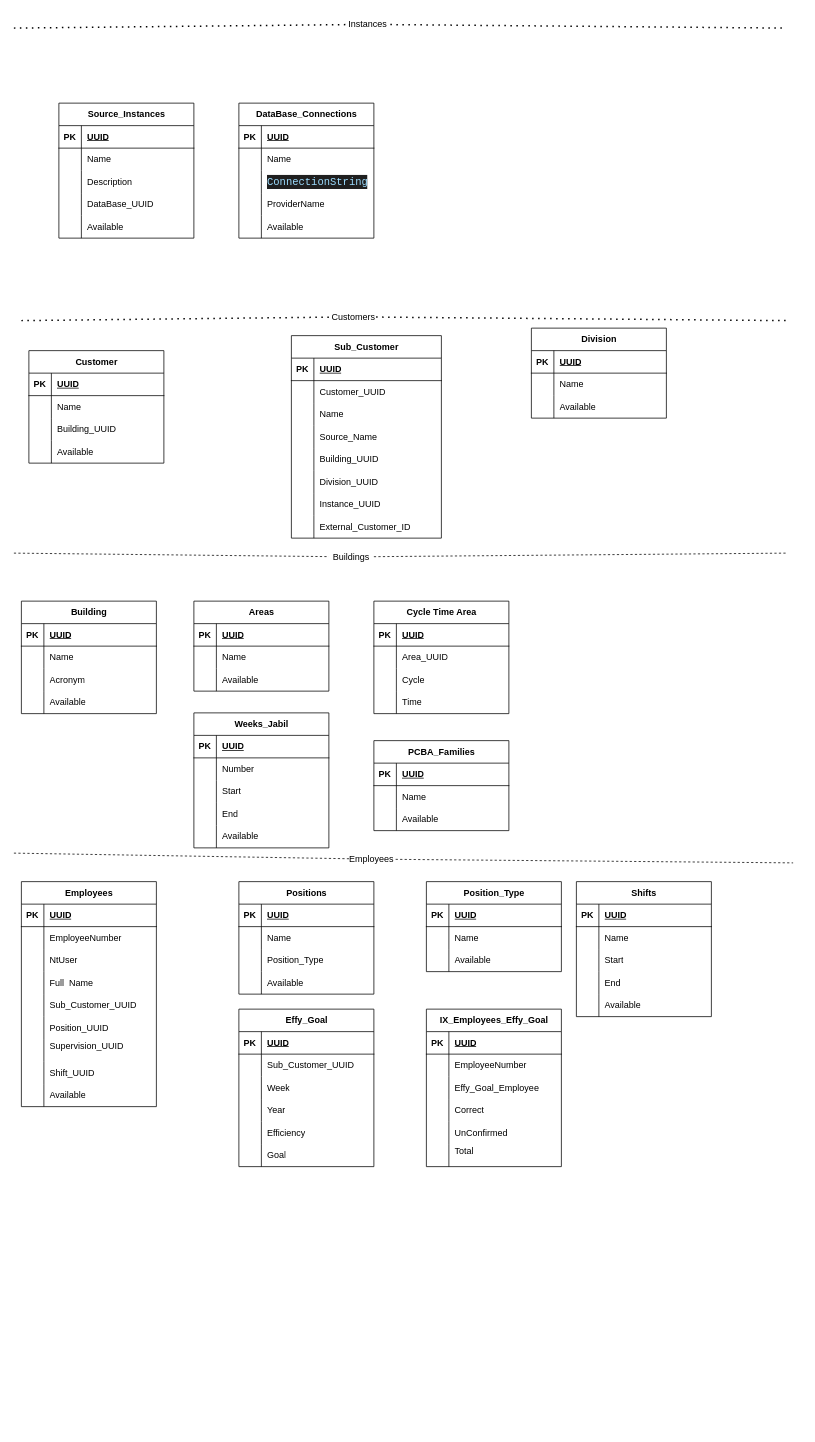
Earlier version of the draw.io diagram page "Modelos" (1 of 6) of Untitled Diagram.drawio (byok22/backend). Source tidied: cells renumbered, new cells numbered last; positions are measured from the earlier drawing's top-left corner, leaving out a move shared by most shapes. Both pictures are drawn from the tidied source at 75%, with x=0, y=0 at pixel (14, 13).
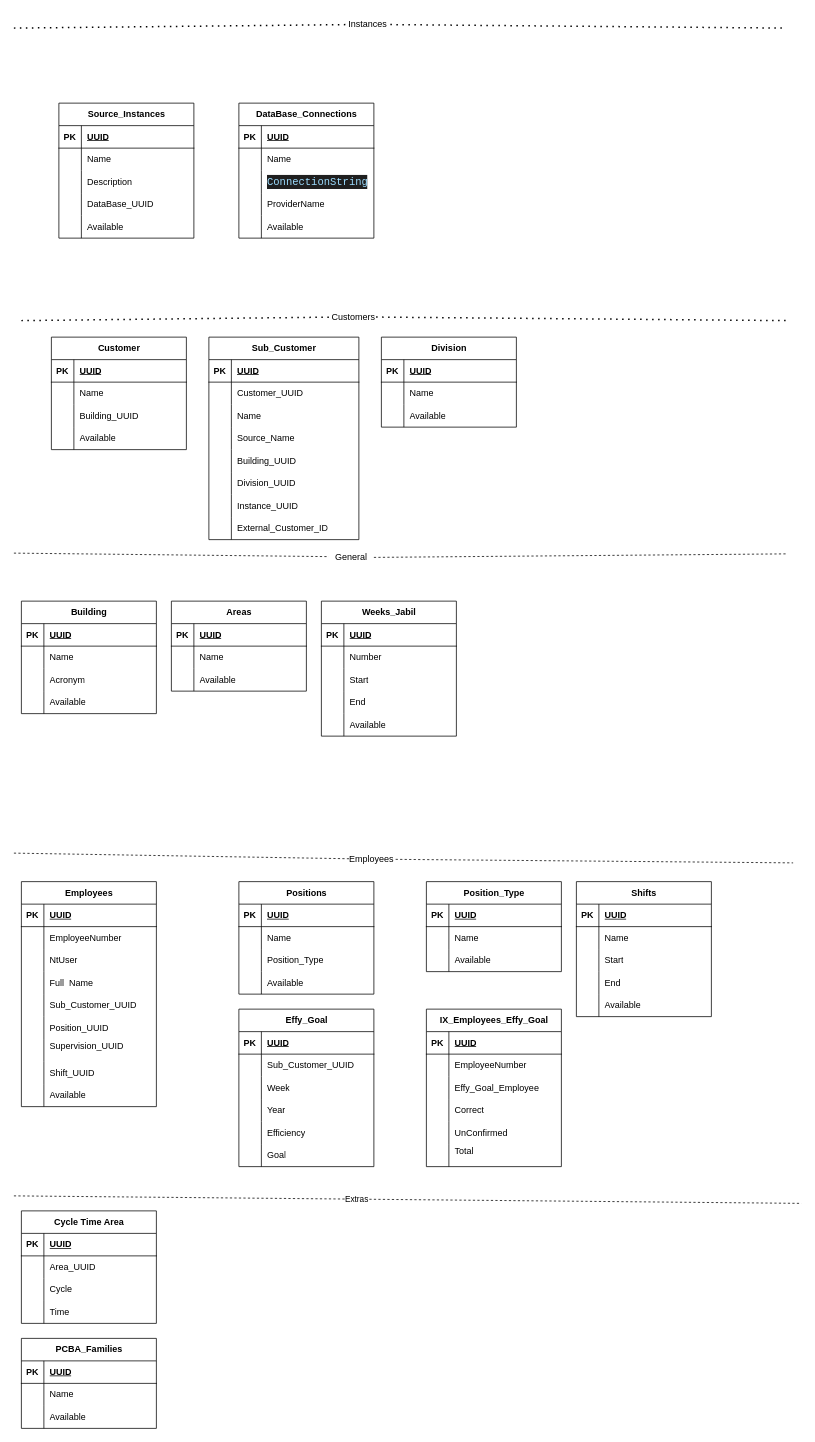
The same diagram, later.

Diff of the diagram source:
```diff
@@
     <mxCell id="2" value="Customer" style="shape=table;startSize=30;childLayout=tableLayout;rowLines=0;fontStyle=1;align=center;html=1;" parent="1" vertex="1">
-      <mxGeometry x="20" y="450" width="180" height="150" as="geometry" />
+      <mxGeometry x="50" y="432" width="180" height="150" as="geometry" />
     </mxCell>
@@
     <mxCell id="15" value="Sub_Customer" style="shape=table;startSize=30;childLayout=tableLayout;rowLines=0;fontStyle=1;align=center;html=1;" parent="1" vertex="1">
-      <mxGeometry x="370" y="430" width="200" height="270" as="geometry" />
+      <mxGeometry x="260" y="432" width="200" height="270" as="geometry" />
     </mxCell>
@@
     <mxCell id="69" value="&lt;div&gt;Division&lt;/div&gt;" style="shape=table;startSize=30;childLayout=tableLayout;rowLines=0;fontStyle=1;align=center;html=1;" parent="1" vertex="1">
-      <mxGeometry x="690" y="420" width="180" height="120" as="geometry" />
+      <mxGeometry x="490" y="432" width="180" height="120" as="geometry" />
     </mxCell>
@@
     <mxCell id="79" value="Weeks_Jabil" style="shape=table;startSize=30;childLayout=tableLayout;rowLines=0;fontStyle=1;align=center;html=1;" parent="1" vertex="1">
-      <mxGeometry x="240" y="933" width="180" height="180" as="geometry" />
+      <mxGeometry x="410" y="784" width="180" height="180" as="geometry" />
     </mxCell>
@@
-    <mxCell id="147" style="html=1;labelBackgroundColor=#ffffff;endArrow=none;endFill=0;jettySize=auto;strokeWidth=1;dashed=1;fontSize=14;rounded=0;" parent="1" edge="1" source="220">
+    <mxCell id="147" style="html=1;labelBackgroundColor=#ffffff;endArrow=none;endFill=0;jettySize=auto;orthogonalLoop=1;strokeWidth=1;dashed=1;fontSize=14;rounded=0;" parent="1" edge="1">
       <mxGeometry relative="1" as="geometry">
-        <mxPoint x="1030" y="720" as="targetPoint" />
+        <mxPoint x="480" y="725.7" as="sourcePoint" />
+        <mxPoint x="1030" y="721" as="targetPoint" />
       </mxGeometry>
     </mxCell>
@@
     <mxCell id="186" value="Areas" style="shape=table;startSize=30;childLayout=tableLayout;rowLines=0;fontStyle=1;align=center;html=1;" parent="1" vertex="1">
-      <mxGeometry x="240" y="784" width="180" height="120" as="geometry" />
+      <mxGeometry x="210" y="784" width="180" height="120" as="geometry" />
     </mxCell>
@@
-    <mxCell id="196" value="Cycle Time Area" style="shape=table;startSize=30;childLayout=tableLayout;rowLines=0;fontStyle=1;align=center;html=1;" parent="1" vertex="1">
-      <mxGeometry x="480" y="784" width="180" height="150" as="geometry" />
-    </mxCell>
-    <mxCell id="197" style="shape=tableRow;horizontal=0;startSize=0;swimlaneHead=0;swimlaneBody=0;fillColor=none;top=0;left=0;right=0;bottom=1;" parent="196" vertex="1">
-      <mxGeometry y="30" width="180" height="30" as="geometry" />
-    </mxCell>
-    <mxCell id="198" value="PK" style="shape=partialRectangle;fillColor=none;top=0;left=0;bottom=0;right=0;fontStyle=1;overflow=hidden;whiteSpace=wrap;html=1;" parent="197" vertex="1">
-      <mxGeometry width="30" height="30" as="geometry" />
-    </mxCell>
-    <mxCell id="199" value="UUID" style="shape=partialRectangle;fillColor=none;top=0;left=0;bottom=0;right=0;align=left;spacingLeft=6;fontStyle=5;overflow=hidden;whiteSpace=wrap;html=1;" parent="197" vertex="1">
-      <mxGeometry x="30" width="150" height="30" as="geometry" />
-    </mxCell>
-    <mxCell id="200" style="shape=tableRow;horizontal=0;startSize=0;swimlaneHead=0;swimlaneBody=0;fillColor=none;top=0;left=0;right=0;bottom=0;" parent="196" vertex="1">
-      <mxGeometry y="60" width="180" height="30" as="geometry" />
-    </mxCell>
-    <mxCell id="201" style="shape=partialRectangle;fillColor=none;top=0;left=0;bottom=0;right=0;overflow=hidden;whiteSpace=wrap;html=1;" parent="200" vertex="1">
-      <mxGeometry width="30" height="30" as="geometry" />
-    </mxCell>
-    <mxCell id="202" value="Area_UUID" style="shape=partialRectangle;fillColor=none;top=0;left=0;bottom=0;right=0;align=left;spacingLeft=6;overflow=hidden;whiteSpace=wrap;html=1;" parent="200" vertex="1">
-      <mxGeometry x="30" width="150" height="30" as="geometry" />
-    </mxCell>
-    <mxCell id="203" style="shape=tableRow;horizontal=0;startSize=0;swimlaneHead=0;swimlaneBody=0;fillColor=none;top=0;left=0;right=0;bottom=0;" parent="196" vertex="1">
-      <mxGeometry y="90" width="180" height="30" as="geometry" />
-    </mxCell>
-    <mxCell id="204" style="shape=partialRectangle;fillColor=none;top=0;left=0;bottom=0;right=0;overflow=hidden;whiteSpace=wrap;html=1;" parent="203" vertex="1">
-      <mxGeometry width="30" height="30" as="geometry" />
-    </mxCell>
-    <mxCell id="205" value="Cycle" style="shape=partialRectangle;fillColor=none;top=0;left=0;bottom=0;right=0;align=left;spacingLeft=6;overflow=hidden;whiteSpace=wrap;html=1;" parent="203" vertex="1">
-      <mxGeometry x="30" width="150" height="30" as="geometry" />
-    </mxCell>
-    <mxCell id="206" style="shape=tableRow;horizontal=0;startSize=0;swimlaneHead=0;swimlaneBody=0;fillColor=none;top=0;left=0;right=0;bottom=0;" parent="196" vertex="1">
-      <mxGeometry y="120" width="180" height="30" as="geometry" />
-    </mxCell>
-    <mxCell id="207" style="shape=partialRectangle;fillColor=none;top=0;left=0;bottom=0;right=0;overflow=hidden;whiteSpace=wrap;html=1;" parent="206" vertex="1">
-      <mxGeometry width="30" height="30" as="geometry" />
-    </mxCell>
-    <mxCell id="208" value="Time" style="shape=partialRectangle;fillColor=none;top=0;left=0;bottom=0;right=0;align=left;spacingLeft=6;overflow=hidden;whiteSpace=wrap;html=1;" parent="206" vertex="1">
-      <mxGeometry x="30" width="150" height="30" as="geometry" />
-    </mxCell>
-    <mxCell id="209" value="PCBA_Families" style="shape=table;startSize=30;childLayout=tableLayout;rowLines=0;fontStyle=1;align=center;html=1;" parent="1" vertex="1">
-      <mxGeometry x="480" y="970" width="180" height="120" as="geometry" />
-    </mxCell>
-    <mxCell id="210" style="shape=tableRow;horizontal=0;startSize=0;swimlaneHead=0;swimlaneBody=0;fillColor=none;top=0;left=0;right=0;bottom=1;" parent="209" vertex="1">
-      <mxGeometry y="30" width="180" height="30" as="geometry" />
-    </mxCell>
-    <mxCell id="211" value="PK" style="shape=partialRectangle;fillColor=none;top=0;left=0;bottom=0;right=0;fontStyle=1;overflow=hidden;whiteSpace=wrap;html=1;" parent="210" vertex="1">
-      <mxGeometry width="30" height="30" as="geometry" />
-    </mxCell>
-    <mxCell id="212" value="UUID" style="shape=partialRectangle;fillColor=none;top=0;left=0;bottom=0;right=0;align=left;spacingLeft=6;fontStyle=5;overflow=hidden;whiteSpace=wrap;html=1;" parent="210" vertex="1">
-      <mxGeometry x="30" width="150" height="30" as="geometry" />
-    </mxCell>
-    <mxCell id="213" style="shape=tableRow;horizontal=0;startSize=0;swimlaneHead=0;swimlaneBody=0;fillColor=none;top=0;left=0;right=0;bottom=0;" parent="209" vertex="1">
-      <mxGeometry y="60" width="180" height="30" as="geometry" />
-    </mxCell>
-    <mxCell id="214" style="shape=partialRectangle;fillColor=none;top=0;left=0;bottom=0;right=0;overflow=hidden;whiteSpace=wrap;html=1;" parent="213" vertex="1">
-      <mxGeometry width="30" height="30" as="geometry" />
-    </mxCell>
-    <mxCell id="215" value="Name" style="shape=partialRectangle;fillColor=none;top=0;left=0;bottom=0;right=0;align=left;spacingLeft=6;overflow=hidden;whiteSpace=wrap;html=1;" parent="213" vertex="1">
-      <mxGeometry x="30" width="150" height="30" as="geometry" />
-    </mxCell>
-    <mxCell id="216" style="shape=tableRow;horizontal=0;startSize=0;swimlaneHead=0;swimlaneBody=0;fillColor=none;top=0;left=0;right=0;bottom=0;" parent="209" vertex="1">
-      <mxGeometry y="90" width="180" height="30" as="geometry" />
-    </mxCell>
-    <mxCell id="217" style="shape=partialRectangle;fillColor=none;top=0;left=0;bottom=0;right=0;overflow=hidden;whiteSpace=wrap;html=1;" parent="216" vertex="1">
-      <mxGeometry width="30" height="30" as="geometry" />
-    </mxCell>
-    <mxCell id="218" value="Available" style="shape=partialRectangle;fillColor=none;top=0;left=0;bottom=0;right=0;align=left;spacingLeft=6;overflow=hidden;whiteSpace=wrap;html=1;" parent="216" vertex="1">
-      <mxGeometry x="30" width="150" height="30" as="geometry" />
-    </mxCell>
@@
-    <mxCell id="220" value="Buildings" style="text;html=1;align=center;verticalAlign=middle;whiteSpace=wrap;rounded=0;" parent="1" vertex="1">
+    <mxCell id="220" value="General" style="text;html=1;align=center;verticalAlign=middle;whiteSpace=wrap;rounded=0;" parent="1" vertex="1">
       <mxGeometry x="420" y="710" width="60" height="30" as="geometry" />
     </mxCell>
@@
+    <mxCell id="261" style="endArrow=none;dashed=1;html=1;rounded=0;" parent="1" edge="1">
+      <mxGeometry relative="1" as="geometry">
+        <mxPoint y="1577" as="sourcePoint" />
+        <mxPoint x="1050" y="1587" as="targetPoint" />
+      </mxGeometry>
+    </mxCell>
+    <mxCell id="262" value="Extras" style="edgeLabel;html=1;align=center;verticalAlign=middle;" parent="261" vertex="1">
+      <mxGeometry x="-0.13" relative="1" as="geometry" />
+    </mxCell>
+    <mxCell id="196" value="Cycle Time Area" style="shape=table;startSize=30;childLayout=tableLayout;rowLines=0;fontStyle=1;align=center;html=1;" parent="1" vertex="1">
+      <mxGeometry x="10" y="1597" width="180" height="150" as="geometry" />
+    </mxCell>
+    <mxCell id="263" style="shape=tableRow;horizontal=0;startSize=0;swimlaneHead=0;swimlaneBody=0;fillColor=none;top=0;left=0;right=0;bottom=1;" parent="196" vertex="1">
+      <mxGeometry y="30" width="180" height="30" as="geometry" />
+    </mxCell>
+    <mxCell id="264" value="PK" style="shape=partialRectangle;fillColor=none;top=0;left=0;bottom=0;right=0;fontStyle=1;overflow=hidden;whiteSpace=wrap;html=1;" parent="263" vertex="1">
+      <mxGeometry width="30" height="30" as="geometry" />
+    </mxCell>
+    <mxCell id="265" value="UUID" style="shape=partialRectangle;fillColor=none;top=0;left=0;bottom=0;right=0;align=left;spacingLeft=6;fontStyle=5;overflow=hidden;whiteSpace=wrap;html=1;" parent="263" vertex="1">
+      <mxGeometry x="30" width="150" height="30" as="geometry" />
+    </mxCell>
+    <mxCell id="266" style="shape=tableRow;horizontal=0;startSize=0;swimlaneHead=0;swimlaneBody=0;fillColor=none;top=0;left=0;right=0;bottom=0;" parent="196" vertex="1">
+      <mxGeometry y="60" width="180" height="30" as="geometry" />
+    </mxCell>
+    <mxCell id="267" style="shape=partialRectangle;fillColor=none;top=0;left=0;bottom=0;right=0;overflow=hidden;whiteSpace=wrap;html=1;" parent="266" vertex="1">
+      <mxGeometry width="30" height="30" as="geometry" />
+    </mxCell>
+    <mxCell id="202" value="Area_UUID" style="shape=partialRectangle;fillColor=none;top=0;left=0;bottom=0;right=0;align=left;spacingLeft=6;overflow=hidden;whiteSpace=wrap;html=1;" parent="266" vertex="1">
+      <mxGeometry x="30" width="150" height="30" as="geometry" />
+    </mxCell>
+    <mxCell id="268" style="shape=tableRow;horizontal=0;startSize=0;swimlaneHead=0;swimlaneBody=0;fillColor=none;top=0;left=0;right=0;bottom=0;" parent="196" vertex="1">
+      <mxGeometry y="90" width="180" height="30" as="geometry" />
+    </mxCell>
+    <mxCell id="269" style="shape=partialRectangle;fillColor=none;top=0;left=0;bottom=0;right=0;overflow=hidden;whiteSpace=wrap;html=1;" parent="268" vertex="1">
+      <mxGeometry width="30" height="30" as="geometry" />
+    </mxCell>
+    <mxCell id="205" value="Cycle" style="shape=partialRectangle;fillColor=none;top=0;left=0;bottom=0;right=0;align=left;spacingLeft=6;overflow=hidden;whiteSpace=wrap;html=1;" parent="268" vertex="1">
+      <mxGeometry x="30" width="150" height="30" as="geometry" />
+    </mxCell>
+    <mxCell id="206" style="shape=tableRow;horizontal=0;startSize=0;swimlaneHead=0;swimlaneBody=0;fillColor=none;top=0;left=0;right=0;bottom=0;" parent="196" vertex="1">
+      <mxGeometry y="120" width="180" height="30" as="geometry" />
+    </mxCell>
+    <mxCell id="270" style="shape=partialRectangle;fillColor=none;top=0;left=0;bottom=0;right=0;overflow=hidden;whiteSpace=wrap;html=1;" parent="206" vertex="1">
+      <mxGeometry width="30" height="30" as="geometry" />
+    </mxCell>
+    <mxCell id="208" value="Time" style="shape=partialRectangle;fillColor=none;top=0;left=0;bottom=0;right=0;align=left;spacingLeft=6;overflow=hidden;whiteSpace=wrap;html=1;" parent="206" vertex="1">
+      <mxGeometry x="30" width="150" height="30" as="geometry" />
+    </mxCell>
+    <mxCell id="209" value="PCBA_Families" style="shape=table;startSize=30;childLayout=tableLayout;rowLines=0;fontStyle=1;align=center;html=1;" parent="1" vertex="1">
+      <mxGeometry x="10" y="1767" width="180" height="120" as="geometry" />
+    </mxCell>
+    <mxCell id="271" style="shape=tableRow;horizontal=0;startSize=0;swimlaneHead=0;swimlaneBody=0;fillColor=none;top=0;left=0;right=0;bottom=1;" parent="209" vertex="1">
+      <mxGeometry y="30" width="180" height="30" as="geometry" />
+    </mxCell>
+    <mxCell id="272" value="PK" style="shape=partialRectangle;fillColor=none;top=0;left=0;bottom=0;right=0;fontStyle=1;overflow=hidden;whiteSpace=wrap;html=1;" parent="271" vertex="1">
+      <mxGeometry width="30" height="30" as="geometry" />
+    </mxCell>
+    <mxCell id="273" value="UUID" style="shape=partialRectangle;fillColor=none;top=0;left=0;bottom=0;right=0;align=left;spacingLeft=6;fontStyle=5;overflow=hidden;whiteSpace=wrap;html=1;" parent="271" vertex="1">
+      <mxGeometry x="30" width="150" height="30" as="geometry" />
+    </mxCell>
+    <mxCell id="274" style="shape=tableRow;horizontal=0;startSize=0;swimlaneHead=0;swimlaneBody=0;fillColor=none;top=0;left=0;right=0;bottom=0;" parent="209" vertex="1">
+      <mxGeometry y="60" width="180" height="30" as="geometry" />
+    </mxCell>
+    <mxCell id="275" style="shape=partialRectangle;fillColor=none;top=0;left=0;bottom=0;right=0;overflow=hidden;whiteSpace=wrap;html=1;" parent="274" vertex="1">
+      <mxGeometry width="30" height="30" as="geometry" />
+    </mxCell>
+    <mxCell id="215" value="Name" style="shape=partialRectangle;fillColor=none;top=0;left=0;bottom=0;right=0;align=left;spacingLeft=6;overflow=hidden;whiteSpace=wrap;html=1;" parent="274" vertex="1">
+      <mxGeometry x="30" width="150" height="30" as="geometry" />
+    </mxCell>
+    <mxCell id="276" style="shape=tableRow;horizontal=0;startSize=0;swimlaneHead=0;swimlaneBody=0;fillColor=none;top=0;left=0;right=0;bottom=0;" parent="209" vertex="1">
+      <mxGeometry y="90" width="180" height="30" as="geometry" />
+    </mxCell>
+    <mxCell id="277" style="shape=partialRectangle;fillColor=none;top=0;left=0;bottom=0;right=0;overflow=hidden;whiteSpace=wrap;html=1;" parent="276" vertex="1">
+      <mxGeometry width="30" height="30" as="geometry" />
+    </mxCell>
+    <mxCell id="218" value="Available" style="shape=partialRectangle;fillColor=none;top=0;left=0;bottom=0;right=0;align=left;spacingLeft=6;overflow=hidden;whiteSpace=wrap;html=1;" parent="276" vertex="1">
+      <mxGeometry x="30" width="150" height="30" as="geometry" />
+    </mxCell>
```
